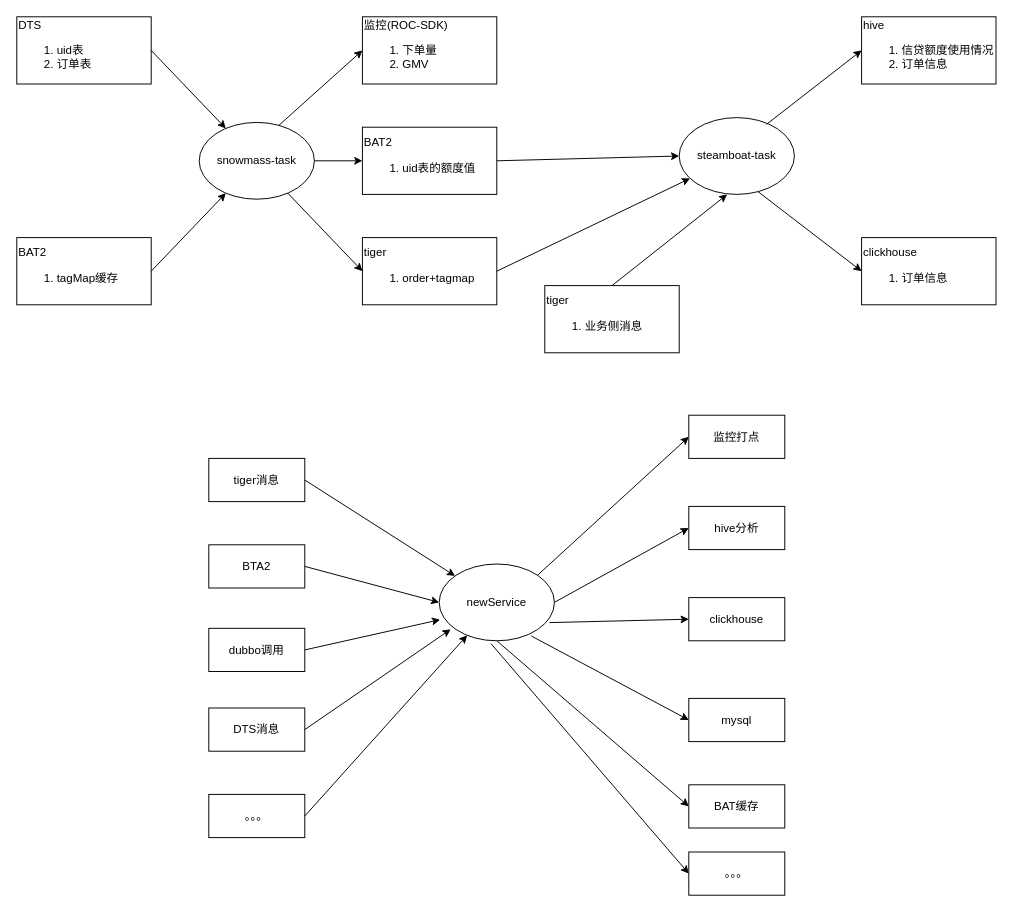
Above: page "现状" (1 of 2) of Untitled Diagram.drawio in Kang-Shawn/Kang-Shawn.github.io (draw.io), before the change. Source tidied: cells renumbered, new cells numbered last; positions are measured from the earlier drawing's top-left corner, leaving out a move shared by most shapes. Both pictures are drawn from the tidied source at 96%, with x=0, y=0 at pixel (16, 16).
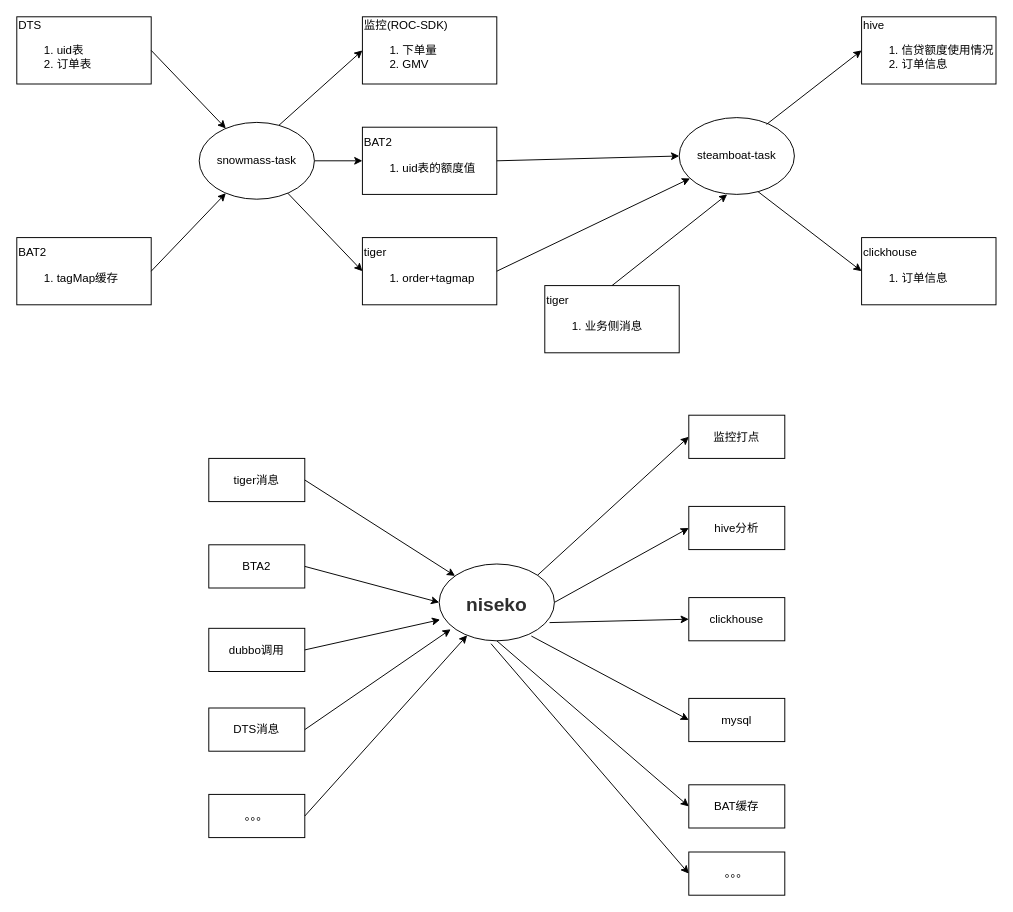
Above is the later version.

Diff of the diagram source:
```diff
@@
-    <mxCell id="22" value="newService" style="ellipse;whiteSpace=wrap;html=1;" parent="1" vertex="1">
+    <mxCell id="22" value="&lt;h1 class=&quot;home-panel-title prepend-top-8 append-bottom-5&quot; style=&quot;box-sizing: border-box ; margin-top: 0.5rem ; margin-bottom: 5px ; line-height: 1.5rem ; color: rgb(46 , 46 , 46) ; font-size: 20px ; font-family: , , &amp;#34;segoe ui&amp;#34; , &amp;#34;roboto&amp;#34; , &amp;#34;noto sans&amp;#34; , &amp;#34;ubuntu&amp;#34; , &amp;#34;cantarell&amp;#34; , &amp;#34;helvetica neue&amp;#34; , sans-serif , &amp;#34;apple color emoji&amp;#34; , &amp;#34;segoe ui emoji&amp;#34; , &amp;#34;segoe ui symbol&amp;#34; , &amp;#34;noto color emoji&amp;#34; ; text-align: left ; background-color: rgb(255 , 255 , 255)&quot;&gt;niseko&lt;/h1&gt;" style="ellipse;whiteSpace=wrap;html=1;" parent="1" vertex="1">
       <mxGeometry x="440" y="570" width="120" height="80" as="geometry" />
     </mxCell>
```
